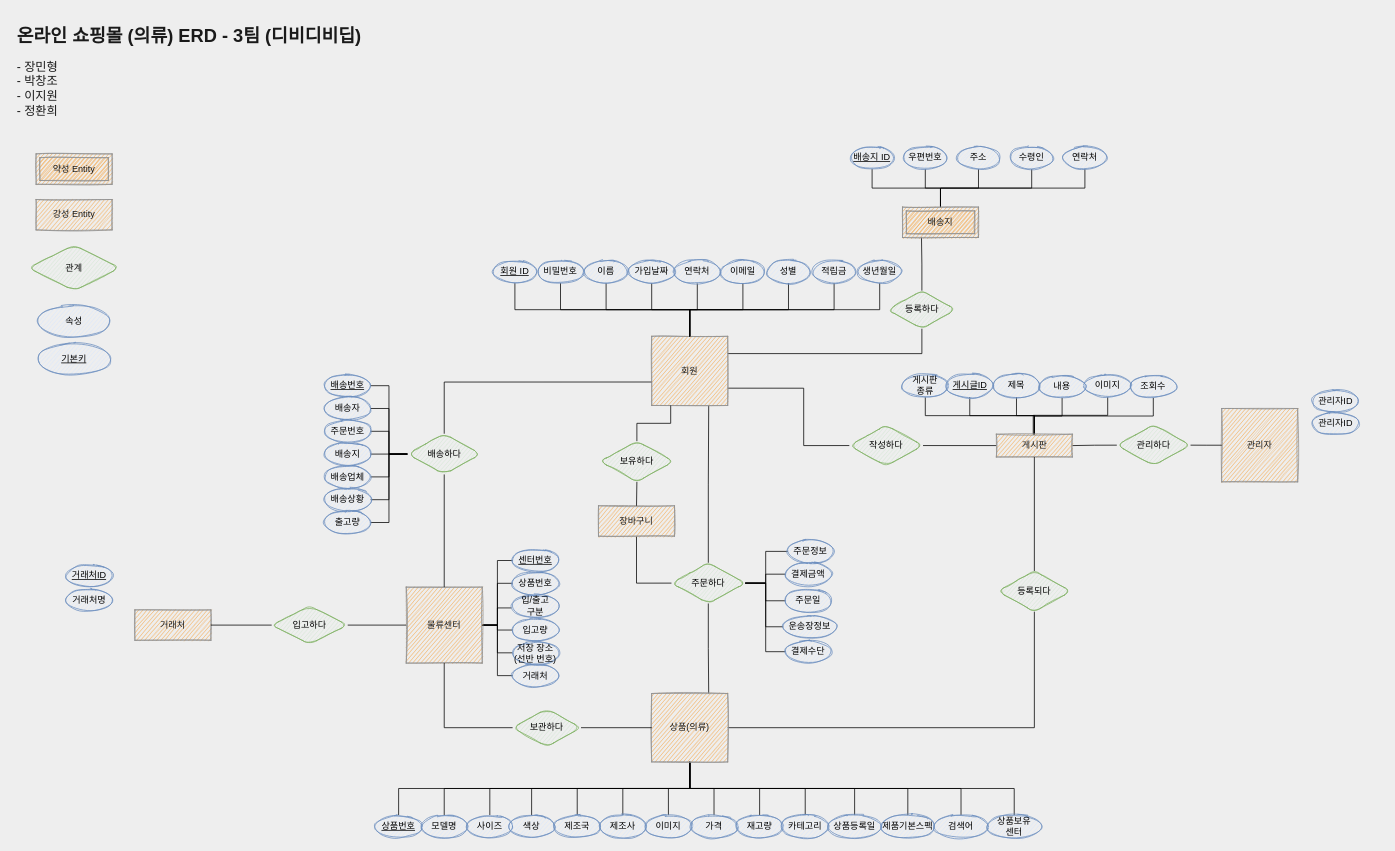
Before: page "새로만든ER" (3 of 4) of Untitled Diagram.drawio in pcjo1202/DataBase-design, a draw.io diagram. Source tidied: cells renumbered, new cells numbered last; positions are measured from the earlier drawing's top-left corner, leaving out a move shared by most shapes. Both pictures are drawn from the tidied source at 76%, with x=0, y=0 at pixel (13, 21).
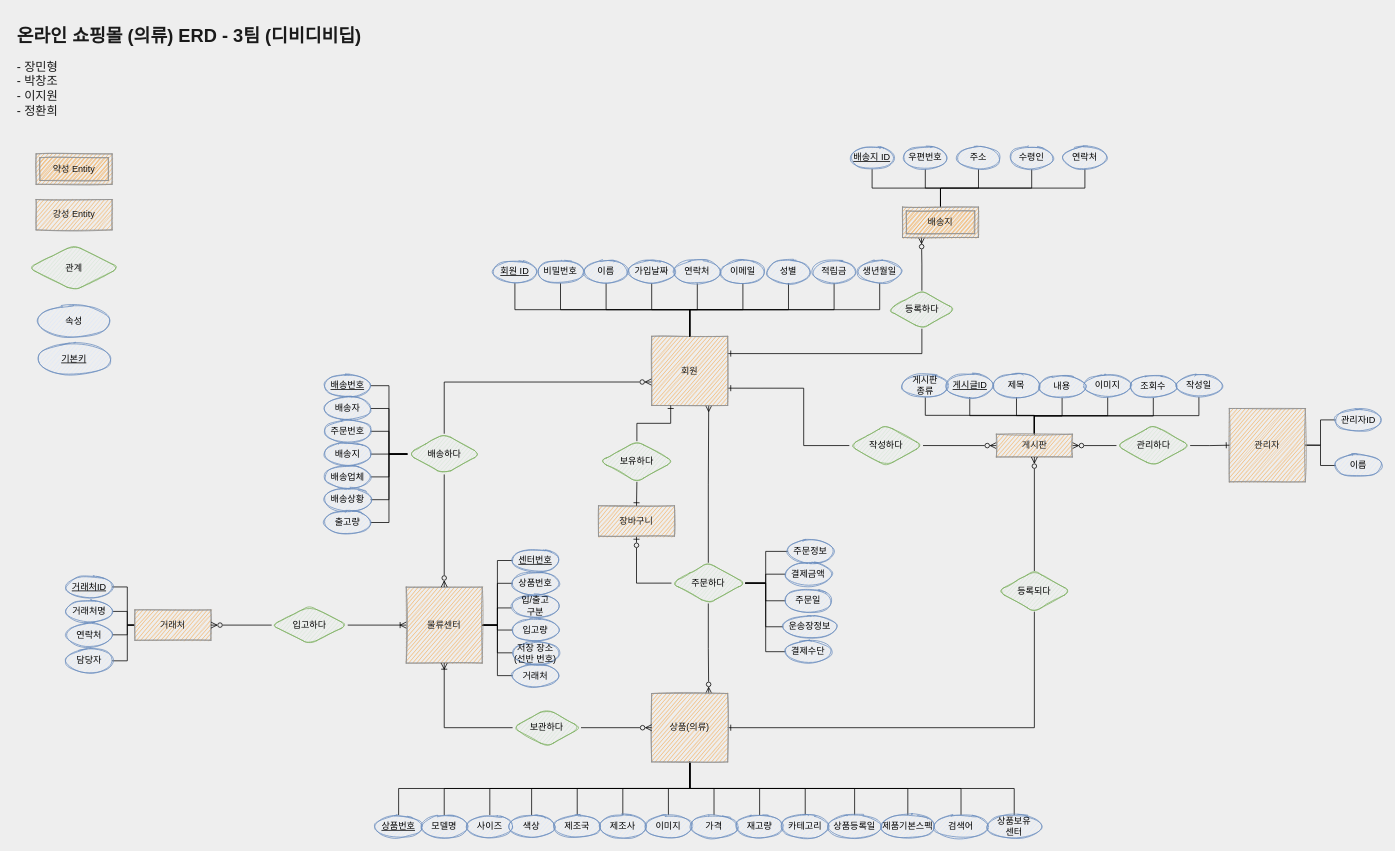
After the change.

The change refers to these unchanged cells:
```xml
<mxCell id="11" value="주문하다" style="shape=rhombus;perimeter=rhombusPerimeter;whiteSpace=wrap;html=1;align=center;fillColor=#d5e8d4;strokeColor=#82b366;sketch=1;rounded=1;" parent="1" vertex="1">
  <mxGeometry x="866" y="713" width="97" height="53.5" as="geometry" />
</mxCell>
<mxCell id="13" value="등록하다" style="shape=rhombus;perimeter=rhombusPerimeter;whiteSpace=wrap;html=1;align=center;fillColor=#d5e8d4;strokeColor=#82b366;sketch=1;rounded=1;" parent="1" vertex="1">
  <mxGeometry x="1150.5" y="355" width="90" height="50" as="geometry" />
</mxCell>
<mxCell id="19" value="배송지" style="shape=ext;margin=3;double=1;whiteSpace=wrap;html=1;align=center;rounded=0;sketch=1;fontColor=#1A1A1A;strokeColor=#909090;fillColor=#F5AB50;" parent="1" vertex="1">
  <mxGeometry x="1170" y="245" width="100" height="40" as="geometry" />
</mxCell>
<mxCell id="28" value="회원" style="whiteSpace=wrap;html=1;align=center;rounded=0;sketch=1;fontColor=#1A1A1A;strokeColor=#909090;fillColor=#F5AB50;" parent="1" vertex="1">
  <mxGeometry x="840" y="415" width="100" height="91" as="geometry" />
</mxCell>
<mxCell id="44" value="상품(의류)" style="whiteSpace=wrap;html=1;align=center;rounded=0;sketch=1;fontColor=#1A1A1A;strokeColor=#909090;fillColor=#F5AB50;direction=west;" parent="1" vertex="1">
  <mxGeometry x="840" y="885" width="100" height="90" as="geometry" />
</mxCell>
<mxCell id="52" value="거래처" style="whiteSpace=wrap;html=1;align=center;rounded=0;sketch=1;fontColor=#1A1A1A;strokeColor=#909090;fillColor=#F5AB50;" parent="1" vertex="1">
  <mxGeometry x="160" y="775" width="100" height="40" as="geometry" />
</mxCell>
<mxCell id="59" value="물류센터" style="whiteSpace=wrap;html=1;align=center;rounded=0;sketch=1;fontColor=#1A1A1A;strokeColor=#909090;fillColor=#F5AB50;" parent="1" vertex="1">
  <mxGeometry x="517" y="745" width="100" height="100" as="geometry" />
</mxCell>
<mxCell id="62" value="입고하다" style="shape=rhombus;perimeter=rhombusPerimeter;whiteSpace=wrap;html=1;align=center;fillColor=#d5e8d4;strokeColor=#82b366;sketch=1;rounded=1;" parent="1" vertex="1">
  <mxGeometry x="340" y="770" width="100" height="50" as="geometry" />
</mxCell>
<mxCell id="65" value="보관하다" style="shape=rhombus;perimeter=rhombusPerimeter;whiteSpace=wrap;html=1;align=center;fillColor=#d5e8d4;strokeColor=#82b366;sketch=1;rounded=1;" parent="1" vertex="1">
  <mxGeometry x="657" y="905" width="90" height="50" as="geometry" />
</mxCell>
<mxCell id="75" value="배송하다" style="shape=rhombus;perimeter=rhombusPerimeter;whiteSpace=wrap;html=1;align=center;fillColor=#d5e8d4;strokeColor=#82b366;sketch=1;rounded=1;" parent="1" vertex="1">
  <mxGeometry x="518.5" y="543.2" width="97" height="53.5" as="geometry" />
</mxCell>
<mxCell id="78" value="작성하다" style="shape=rhombus;perimeter=rhombusPerimeter;whiteSpace=wrap;html=1;align=center;fillColor=#d5e8d4;strokeColor=#82b366;sketch=1;rounded=1;" parent="1" vertex="1">
  <mxGeometry x="1100" y="532" width="97" height="53.5" as="geometry" />
</mxCell>
<mxCell id="89" value="게시판" style="whiteSpace=wrap;html=1;align=center;rounded=0;sketch=1;fontColor=#1A1A1A;strokeColor=#909090;fillColor=#F5AB50;" parent="1" vertex="1">
  <mxGeometry x="1293.5" y="543.8" width="100" height="30" as="geometry" />
</mxCell>
<mxCell id="132" value="장바구니" style="whiteSpace=wrap;html=1;align=center;rounded=0;sketch=1;fontColor=#1A1A1A;strokeColor=#909090;fillColor=#F5AB50;" parent="1" vertex="1">
  <mxGeometry x="770" y="638" width="100" height="40" as="geometry" />
</mxCell>
<mxCell id="135" value="보유하다" style="shape=rhombus;perimeter=rhombusPerimeter;whiteSpace=wrap;html=1;align=center;fillColor=#d5e8d4;strokeColor=#82b366;sketch=1;rounded=1;" parent="1" vertex="1">
  <mxGeometry x="772" y="553" width="97" height="53.5" as="geometry" />
</mxCell>
<mxCell id="137" value="등록되다" style="shape=rhombus;perimeter=rhombusPerimeter;whiteSpace=wrap;html=1;align=center;fillColor=#d5e8d4;strokeColor=#82b366;sketch=1;rounded=1;" parent="1" vertex="1">
  <mxGeometry x="1295" y="723.8" width="97" height="53.5" as="geometry" />
</mxCell>
<mxCell id="144" value="게시판&lt;br&gt;종류" style="ellipse;whiteSpace=wrap;html=1;align=center;rounded=0;sketch=1;strokeColor=#6c8ebf;fillColor=#dae8fc;" parent="1" vertex="1">
  <mxGeometry x="1170" y="465" width="60" height="30" as="geometry" />
</mxCell>
<mxCell id="147" value="이미지" style="ellipse;whiteSpace=wrap;html=1;align=center;rounded=0;sketch=1;strokeColor=#6c8ebf;fillColor=#dae8fc;" parent="1" vertex="1">
  <mxGeometry x="1410" y="465" width="60" height="30" as="geometry" />
</mxCell>
```

What changed in the source:
```diff
@@
-    <mxCell id="8" style="edgeStyle=orthogonalEdgeStyle;rounded=0;jettySize=auto;html=1;exitX=0.5;exitY=0;exitDx=0;exitDy=0;entryX=0.75;entryY=1;entryDx=0;entryDy=0;endArrow=none;endFill=0;" parent="1" edge="1" source="11" target="28">
+    <mxCell id="8" style="edgeStyle=orthogonalEdgeStyle;rounded=0;jettySize=auto;html=1;exitX=0.5;exitY=0;exitDx=0;exitDy=0;entryX=0.75;entryY=1;entryDx=0;entryDy=0;endArrow=ERmany;endFill=0;" parent="1" edge="1" source="11" target="28">
       <mxGeometry relative="1" as="geometry" />
     </mxCell>
-    <mxCell id="9" style="edgeStyle=orthogonalEdgeStyle;rounded=0;jettySize=auto;html=1;exitX=0.5;exitY=1;exitDx=0;exitDy=0;entryX=0.25;entryY=1;entryDx=0;entryDy=0;endArrow=none;endFill=0;" parent="1" edge="1" source="11" target="44">
+    <mxCell id="9" style="edgeStyle=orthogonalEdgeStyle;rounded=0;jettySize=auto;html=1;exitX=0.5;exitY=1;exitDx=0;exitDy=0;entryX=0.25;entryY=1;entryDx=0;entryDy=0;endArrow=ERzeroToMany;endFill=0;" parent="1" edge="1" source="11" target="44">
       <mxGeometry relative="1" as="geometry" />
     </mxCell>
-    <mxCell id="10" style="edgeStyle=orthogonalEdgeStyle;rounded=0;jettySize=auto;html=1;exitX=0;exitY=0.5;exitDx=0;exitDy=0;entryX=0.5;entryY=1;entryDx=0;entryDy=0;endArrow=none;endFill=0;" parent="1" edge="1" source="11" target="132">
+    <mxCell id="10" style="edgeStyle=orthogonalEdgeStyle;rounded=0;jettySize=auto;html=1;exitX=0;exitY=0.5;exitDx=0;exitDy=0;entryX=0.5;entryY=1;entryDx=0;entryDy=0;endArrow=ERzeroToOne;endFill=0;" parent="1" edge="1" source="11" target="132">
       <mxGeometry relative="1" as="geometry" />
     </mxCell>
@@
-    <mxCell id="12" style="edgeStyle=orthogonalEdgeStyle;jettySize=auto;html=1;exitX=0.5;exitY=0;exitDx=0;exitDy=0;entryX=0.25;entryY=1;entryDx=0;entryDy=0;endArrow=none;endFill=0;rounded=0;" parent="1" edge="1" source="13" target="19">
+    <mxCell id="12" style="edgeStyle=orthogonalEdgeStyle;jettySize=auto;html=1;exitX=0.5;exitY=0;exitDx=0;exitDy=0;entryX=0.25;entryY=1;entryDx=0;entryDy=0;endArrow=ERzeroToMany;endFill=0;rounded=0;" parent="1" edge="1" source="13" target="19">
       <mxGeometry relative="1" as="geometry" />
     </mxCell>
@@
-    <mxCell id="26" style="edgeStyle=orthogonalEdgeStyle;jettySize=auto;html=1;exitX=1;exitY=0.75;exitDx=0;exitDy=0;entryX=0;entryY=0.5;entryDx=0;entryDy=0;endArrow=none;endFill=0;rounded=0;" parent="1" edge="1" source="28" target="78">
+    <mxCell id="26" style="edgeStyle=orthogonalEdgeStyle;jettySize=auto;html=1;exitX=1;exitY=0.75;exitDx=0;exitDy=0;entryX=0;entryY=0.5;entryDx=0;entryDy=0;endArrow=none;endFill=0;rounded=0;startArrow=ERone;startFill=0;" parent="1" edge="1" source="28" target="78">
       <mxGeometry relative="1" as="geometry">
         <Array as="points">
           <mxPoint x="1040" y="483" />
           <mxPoint x="1040" y="559" />
         </Array>
       </mxGeometry>
     </mxCell>
-    <mxCell id="27" style="edgeStyle=orthogonalEdgeStyle;jettySize=auto;html=1;entryX=0.5;entryY=1;entryDx=0;entryDy=0;endArrow=none;endFill=0;rounded=0;exitX=1;exitY=0.25;exitDx=0;exitDy=0;" parent="1" edge="1" source="28" target="13">
+    <mxCell id="27" style="edgeStyle=orthogonalEdgeStyle;jettySize=auto;html=1;entryX=0.5;entryY=1;entryDx=0;entryDy=0;endArrow=none;endFill=0;rounded=0;exitX=1;exitY=0.25;exitDx=0;exitDy=0;startArrow=ERone;startFill=0;" parent="1" edge="1" source="28" target="13">
       <mxGeometry relative="1" as="geometry" />
     </mxCell>
@@
-    <mxCell id="29" style="edgeStyle=orthogonalEdgeStyle;jettySize=auto;html=1;exitX=0;exitY=0.5;exitDx=0;exitDy=0;endArrow=none;endFill=0;entryX=0.5;entryY=1;entryDx=0;entryDy=0;rounded=0;" parent="1" edge="1" source="44" target="137">
+    <mxCell id="29" style="edgeStyle=orthogonalEdgeStyle;jettySize=auto;html=1;exitX=0;exitY=0.5;exitDx=0;exitDy=0;endArrow=none;endFill=0;entryX=0.5;entryY=1;entryDx=0;entryDy=0;rounded=0;startArrow=ERone;startFill=0;" parent="1" edge="1" source="44" target="137">
       <mxGeometry relative="1" as="geometry" />
     </mxCell>
@@
+    <mxCell id="154" style="edgeStyle=orthogonalEdgeStyle;rounded=0;jettySize=auto;html=1;exitX=0;exitY=0.5;exitDx=0;exitDy=0;entryX=1;entryY=0.5;entryDx=0;entryDy=0;endArrow=none;endFill=0;" parent="1" edge="1" source="52" target="150">
+      <mxGeometry relative="1" as="geometry">
+        <Array as="points">
+          <mxPoint x="150" y="795" />
+          <mxPoint x="150" y="745" />
+        </Array>
+      </mxGeometry>
+    </mxCell>
+    <mxCell id="155" style="edgeStyle=orthogonalEdgeStyle;rounded=0;jettySize=auto;html=1;exitX=0;exitY=0.5;exitDx=0;exitDy=0;entryX=1;entryY=0.5;entryDx=0;entryDy=0;endArrow=none;endFill=0;" parent="1" edge="1" source="52" target="151">
+      <mxGeometry relative="1" as="geometry">
+        <Array as="points">
+          <mxPoint x="150" y="795" />
+          <mxPoint x="150" y="777" />
+        </Array>
+      </mxGeometry>
+    </mxCell>
+    <mxCell id="156" style="edgeStyle=orthogonalEdgeStyle;rounded=0;jettySize=auto;html=1;exitX=0;exitY=0.5;exitDx=0;exitDy=0;entryX=1;entryY=0.5;entryDx=0;entryDy=0;endArrow=none;endFill=0;" parent="1" edge="1" source="52" target="162">
+      <mxGeometry relative="1" as="geometry">
+        <Array as="points">
+          <mxPoint x="150" y="795" />
+          <mxPoint x="150" y="808" />
+        </Array>
+      </mxGeometry>
+    </mxCell>
+    <mxCell id="157" style="edgeStyle=orthogonalEdgeStyle;rounded=0;jettySize=auto;html=1;exitX=0;exitY=0.5;exitDx=0;exitDy=0;endArrow=none;endFill=0;entryX=1;entryY=0.5;entryDx=0;entryDy=0;" parent="1" edge="1" source="52" target="163">
+      <mxGeometry relative="1" as="geometry">
+        <Array as="points">
+          <mxPoint x="150" y="795" />
+          <mxPoint x="150" y="842" />
+        </Array>
+      </mxGeometry>
+    </mxCell>
@@
-    <mxCell id="60" style="edgeStyle=orthogonalEdgeStyle;rounded=0;jettySize=auto;html=1;exitX=0;exitY=0.5;exitDx=0;exitDy=0;entryX=1;entryY=0.5;entryDx=0;entryDy=0;endArrow=none;endFill=0;" parent="1" edge="1" source="62" target="52">
+    <mxCell id="60" style="edgeStyle=orthogonalEdgeStyle;rounded=0;jettySize=auto;html=1;exitX=0;exitY=0.5;exitDx=0;exitDy=0;entryX=1;entryY=0.5;entryDx=0;entryDy=0;endArrow=ERzeroToMany;endFill=0;" parent="1" edge="1" source="62" target="52">
       <mxGeometry relative="1" as="geometry" />
     </mxCell>
-    <mxCell id="61" style="edgeStyle=orthogonalEdgeStyle;rounded=0;jettySize=auto;html=1;exitX=1;exitY=0.5;exitDx=0;exitDy=0;entryX=0;entryY=0.5;entryDx=0;entryDy=0;endArrow=none;endFill=0;" parent="1" edge="1" source="62" target="59">
+    <mxCell id="61" style="edgeStyle=orthogonalEdgeStyle;rounded=0;jettySize=auto;html=1;exitX=1;exitY=0.5;exitDx=0;exitDy=0;entryX=0;entryY=0.5;entryDx=0;entryDy=0;endArrow=ERoneToMany;endFill=0;" parent="1" edge="1" source="62" target="59">
       <mxGeometry relative="1" as="geometry" />
     </mxCell>
@@
-    <mxCell id="63" style="edgeStyle=orthogonalEdgeStyle;jettySize=auto;html=1;exitX=0;exitY=0.5;exitDx=0;exitDy=0;entryX=0.5;entryY=1;entryDx=0;entryDy=0;endArrow=none;endFill=0;rounded=0;" parent="1" edge="1" source="65" target="59">
+    <mxCell id="63" style="edgeStyle=orthogonalEdgeStyle;jettySize=auto;html=1;exitX=0;exitY=0.5;exitDx=0;exitDy=0;entryX=0.5;entryY=1;entryDx=0;entryDy=0;endArrow=ERoneToMany;endFill=0;rounded=0;startArrow=none;startFill=0;" parent="1" edge="1" source="65" target="59">
       <mxGeometry relative="1" as="geometry" />
     </mxCell>
-    <mxCell id="64" style="edgeStyle=orthogonalEdgeStyle;rounded=0;jettySize=auto;html=1;exitX=1;exitY=0.5;exitDx=0;exitDy=0;entryX=1;entryY=0.5;entryDx=0;entryDy=0;endArrow=none;endFill=0;" parent="1" edge="1" source="65" target="44">
+    <mxCell id="64" style="edgeStyle=orthogonalEdgeStyle;rounded=0;jettySize=auto;html=1;exitX=1;exitY=0.5;exitDx=0;exitDy=0;entryX=1;entryY=0.5;entryDx=0;entryDy=0;endArrow=ERzeroToMany;endFill=0;" parent="1" edge="1" source="65" target="44">
       <mxGeometry relative="1" as="geometry" />
     </mxCell>
@@
-    <mxCell id="66" style="edgeStyle=orthogonalEdgeStyle;jettySize=auto;html=1;exitX=0.5;exitY=1;exitDx=0;exitDy=0;entryX=0.5;entryY=0;entryDx=0;entryDy=0;endArrow=none;endFill=0;rounded=0;" parent="1" edge="1" source="75" target="59">
+    <mxCell id="66" style="edgeStyle=orthogonalEdgeStyle;jettySize=auto;html=1;exitX=0.5;exitY=1;exitDx=0;exitDy=0;entryX=0.5;entryY=0;entryDx=0;entryDy=0;endArrow=ERzeroToMany;endFill=0;rounded=0;" parent="1" edge="1" source="75" target="59">
       <mxGeometry relative="1" as="geometry" />
     </mxCell>
-    <mxCell id="67" style="edgeStyle=orthogonalEdgeStyle;jettySize=auto;html=1;exitX=0.5;exitY=0;exitDx=0;exitDy=0;entryX=-0.005;entryY=0.661;entryDx=0;entryDy=0;entryPerimeter=0;endArrow=none;endFill=0;rounded=0;" parent="1" edge="1" source="75" target="28">
+    <mxCell id="67" style="edgeStyle=orthogonalEdgeStyle;jettySize=auto;html=1;exitX=0.5;exitY=0;exitDx=0;exitDy=0;entryX=-0.005;entryY=0.661;entryDx=0;entryDy=0;entryPerimeter=0;endArrow=ERzeroToMany;endFill=0;rounded=0;startArrow=none;startFill=0;" parent="1" edge="1" source="75" target="28">
       <mxGeometry relative="1" as="geometry">
         <Array as="points">
           <mxPoint x="567" y="475" />
         </Array>
       </mxGeometry>
     </mxCell>
@@
+    <mxCell id="158" style="edgeStyle=orthogonalEdgeStyle;rounded=0;jettySize=auto;html=1;exitX=1;exitY=0.5;exitDx=0;exitDy=0;entryX=0;entryY=0.5;entryDx=0;entryDy=0;startArrow=none;startFill=0;endArrow=none;endFill=0;" parent="1" edge="1" source="76" target="152">
+      <mxGeometry relative="1" as="geometry" />
+    </mxCell>
+    <mxCell id="159" style="edgeStyle=orthogonalEdgeStyle;rounded=0;jettySize=auto;html=1;exitX=1;exitY=0.5;exitDx=0;exitDy=0;entryX=0;entryY=0.5;entryDx=0;entryDy=0;startArrow=none;startFill=0;endArrow=none;endFill=0;" parent="1" edge="1" source="76" target="153">
+      <mxGeometry relative="1" as="geometry" />
+    </mxCell>
     <mxCell id="76" value="관리자" style="whiteSpace=wrap;html=1;align=center;rounded=0;sketch=1;fontColor=#1A1A1A;strokeColor=#909090;fillColor=#F5AB50;" parent="1" vertex="1">
-      <mxGeometry x="1590" y="510" width="100" height="96.5" as="geometry" />
+      <mxGeometry x="1600" y="510" width="100" height="96.5" as="geometry" />
     </mxCell>
@@
-    <mxCell id="79" style="edgeStyle=orthogonalEdgeStyle;jettySize=auto;html=1;exitX=0;exitY=0.5;exitDx=0;exitDy=0;entryX=1;entryY=0.5;entryDx=0;entryDy=0;endArrow=none;endFill=0;rounded=0;" parent="1" edge="1" source="81" target="89">
-      <mxGeometry relative="1" as="geometry" />
-    </mxCell>
-    <mxCell id="80" style="edgeStyle=orthogonalEdgeStyle;jettySize=auto;html=1;exitX=1;exitY=0.5;exitDx=0;exitDy=0;endArrow=none;endFill=0;rounded=0;" parent="1" edge="1" source="81" target="76">
+    <mxCell id="80" style="edgeStyle=orthogonalEdgeStyle;jettySize=auto;html=1;exitX=1;exitY=0.5;exitDx=0;exitDy=0;endArrow=ERone;endFill=0;rounded=0;" parent="1" edge="1" source="81" target="76">
       <mxGeometry relative="1" as="geometry" />
     </mxCell>
     <mxCell id="81" value="관리하다" style="shape=rhombus;perimeter=rhombusPerimeter;whiteSpace=wrap;html=1;align=center;fillColor=#d5e8d4;strokeColor=#82b366;sketch=1;rounded=1;" parent="1" vertex="1">
-      <mxGeometry x="1452" y="531.5" width="97" height="53.5" as="geometry" />
+      <mxGeometry x="1451.5" y="532" width="97" height="53.5" as="geometry" />
     </mxCell>
-    <mxCell id="82" style="edgeStyle=orthogonalEdgeStyle;rounded=0;jettySize=auto;html=1;endArrow=none;endFill=0;entryX=1;entryY=0.5;entryDx=0;entryDy=0;exitX=0;exitY=0.5;exitDx=0;exitDy=0;" parent="1" edge="1" source="89" target="78">
+    <mxCell id="82" style="edgeStyle=orthogonalEdgeStyle;rounded=0;jettySize=auto;html=1;endArrow=none;endFill=0;entryX=1;entryY=0.5;entryDx=0;entryDy=0;exitX=0;exitY=0.5;exitDx=0;exitDy=0;startArrow=ERzeroToMany;startFill=0;" parent="1" edge="1" source="89" target="78">
       <mxGeometry relative="1" as="geometry" />
     </mxCell>
@@
-    <mxCell id="86" style="edgeStyle=orthogonalEdgeStyle;rounded=0;jettySize=auto;html=1;exitX=0.5;exitY=0;exitDx=0;exitDy=0;entryX=0.5;entryY=1;entryDx=0;entryDy=0;endArrow=none;endFill=0;" parent="1" edge="1" source="89" target="147">
-      <mxGeometry relative="1" as="geometry">
-        <Array as="points">
-          <mxPoint x="1342" y="519" />
-          <mxPoint x="1440" y="519" />
-        </Array>
-      </mxGeometry>
-    </mxCell>
@@
     <mxCell id="88" style="edgeStyle=orthogonalEdgeStyle;rounded=0;jettySize=auto;html=1;exitX=0.5;exitY=0;exitDx=0;exitDy=0;entryX=0.5;entryY=1;entryDx=0;entryDy=0;endArrow=none;endFill=0;" parent="1" edge="1" source="89" target="144">
-      <mxGeometry relative="1" as="geometry" />
+      <mxGeometry relative="1" as="geometry">
+        <Array as="points">
+          <mxPoint x="1343" y="519" />
+          <mxPoint x="1200" y="519" />
+        </Array>
+      </mxGeometry>
     </mxCell>
+    <mxCell id="86" style="edgeStyle=orthogonalEdgeStyle;rounded=0;jettySize=auto;html=1;exitX=0.5;exitY=0;exitDx=0;exitDy=0;entryX=0.5;entryY=1;entryDx=0;entryDy=0;endArrow=none;endFill=0;" parent="1" edge="1" source="89" target="147">
+      <mxGeometry relative="1" as="geometry" />
+    </mxCell>
+    <mxCell id="160" style="edgeStyle=orthogonalEdgeStyle;rounded=0;jettySize=auto;html=1;exitX=0.5;exitY=0;exitDx=0;exitDy=0;entryX=0.5;entryY=1;entryDx=0;entryDy=0;endArrow=none;endFill=0;" parent="1" edge="1" source="89" target="164">
+      <mxGeometry relative="1" as="geometry" />
+    </mxCell>
+    <mxCell id="161" style="edgeStyle=orthogonalEdgeStyle;rounded=0;jettySize=auto;html=1;exitX=1;exitY=0.5;exitDx=0;exitDy=0;entryX=0;entryY=0.5;entryDx=0;entryDy=0;startArrow=ERzeroToMany;startFill=0;endArrow=none;endFill=0;" parent="1" edge="1" source="89" target="81">
+      <mxGeometry relative="1" as="geometry" />
+    </mxCell>
@@
-    <mxCell id="133" style="edgeStyle=orthogonalEdgeStyle;rounded=0;jettySize=auto;html=1;exitX=0.5;exitY=1;exitDx=0;exitDy=0;entryX=0.5;entryY=0;entryDx=0;entryDy=0;endArrow=none;endFill=0;" parent="1" edge="1" source="135" target="132">
+    <mxCell id="133" style="edgeStyle=orthogonalEdgeStyle;rounded=0;jettySize=auto;html=1;exitX=0.5;exitY=1;exitDx=0;exitDy=0;entryX=0.5;entryY=0;entryDx=0;entryDy=0;endArrow=ERone;endFill=0;" parent="1" edge="1" source="135" target="132">
       <mxGeometry relative="1" as="geometry" />
     </mxCell>
-    <mxCell id="134" style="edgeStyle=orthogonalEdgeStyle;rounded=0;jettySize=auto;html=1;exitX=0.5;exitY=0;exitDx=0;exitDy=0;entryX=0.25;entryY=1;entryDx=0;entryDy=0;endArrow=none;endFill=0;" parent="1" edge="1" source="135" target="28">
+    <mxCell id="134" style="edgeStyle=orthogonalEdgeStyle;rounded=0;jettySize=auto;html=1;exitX=0.5;exitY=0;exitDx=0;exitDy=0;entryX=0.25;entryY=1;entryDx=0;entryDy=0;endArrow=ERone;endFill=0;startArrow=none;startFill=0;" parent="1" edge="1" source="135" target="28">
       <mxGeometry relative="1" as="geometry" />
     </mxCell>
@@
-    <mxCell id="136" style="edgeStyle=orthogonalEdgeStyle;jettySize=auto;html=1;exitX=0.5;exitY=0;exitDx=0;exitDy=0;entryX=0.5;entryY=1;entryDx=0;entryDy=0;endArrow=none;endFill=0;rounded=0;" parent="1" edge="1" source="137" target="89">
+    <mxCell id="136" style="edgeStyle=orthogonalEdgeStyle;jettySize=auto;html=1;exitX=0.5;exitY=0;exitDx=0;exitDy=0;entryX=0.5;entryY=1;entryDx=0;entryDy=0;endArrow=ERzeroToMany;endFill=0;rounded=0;" parent="1" edge="1" source="137" target="89">
       <mxGeometry relative="1" as="geometry" />
     </mxCell>
@@
     <mxCell id="150" value="거래처ID" style="ellipse;whiteSpace=wrap;html=1;align=center;fontStyle=4;rounded=0;sketch=1;strokeColor=#6c8ebf;fillColor=#dae8fc;" parent="1" vertex="1">
-      <mxGeometry x="70" y="715" width="60" height="30" as="geometry" />
+      <mxGeometry x="70" y="729.8" width="60" height="30" as="geometry" />
     </mxCell>
     <mxCell id="151" value="거래처명" style="ellipse;whiteSpace=wrap;html=1;align=center;rounded=0;sketch=1;strokeColor=#6c8ebf;fillColor=#dae8fc;" parent="1" vertex="1">
-      <mxGeometry x="70" y="747.2" width="60" height="30" as="geometry" />
+      <mxGeometry x="70" y="762" width="60" height="30" as="geometry" />
     </mxCell>
     <mxCell id="152" value="관리자ID" style="ellipse;whiteSpace=wrap;html=1;align=center;rounded=0;sketch=1;strokeColor=#6c8ebf;fillColor=#dae8fc;" parent="1" vertex="1">
-      <mxGeometry x="1710" y="485" width="60" height="30" as="geometry" />
+      <mxGeometry x="1740" y="510" width="60" height="30" as="geometry" />
     </mxCell>
-    <mxCell id="153" value="관리자ID" style="ellipse;whiteSpace=wrap;html=1;align=center;rounded=0;sketch=1;strokeColor=#6c8ebf;fillColor=#dae8fc;" parent="1" vertex="1">
-      <mxGeometry x="1710" y="515" width="60" height="30" as="geometry" />
+    <mxCell id="153" value="이름" style="ellipse;whiteSpace=wrap;html=1;align=center;rounded=0;sketch=1;strokeColor=#6c8ebf;fillColor=#dae8fc;" parent="1" vertex="1">
+      <mxGeometry x="1740" y="570" width="60" height="30" as="geometry" />
     </mxCell>
+    <mxCell id="162" value="연락처" style="ellipse;whiteSpace=wrap;html=1;align=center;rounded=0;sketch=1;strokeColor=#6c8ebf;fillColor=#dae8fc;" parent="1" vertex="1">
+      <mxGeometry x="70" y="792.8" width="60" height="30" as="geometry" />
+    </mxCell>
+    <mxCell id="163" value="담당자" style="ellipse;whiteSpace=wrap;html=1;align=center;rounded=0;sketch=1;strokeColor=#6c8ebf;fillColor=#dae8fc;" parent="1" vertex="1">
+      <mxGeometry x="70" y="827" width="60" height="30" as="geometry" />
+    </mxCell>
+    <mxCell id="164" value="작성일" style="ellipse;whiteSpace=wrap;html=1;align=center;rounded=0;sketch=1;strokeColor=#6c8ebf;fillColor=#dae8fc;" parent="1" vertex="1">
+      <mxGeometry x="1530" y="465" width="60" height="30" as="geometry" />
+    </mxCell>
```
